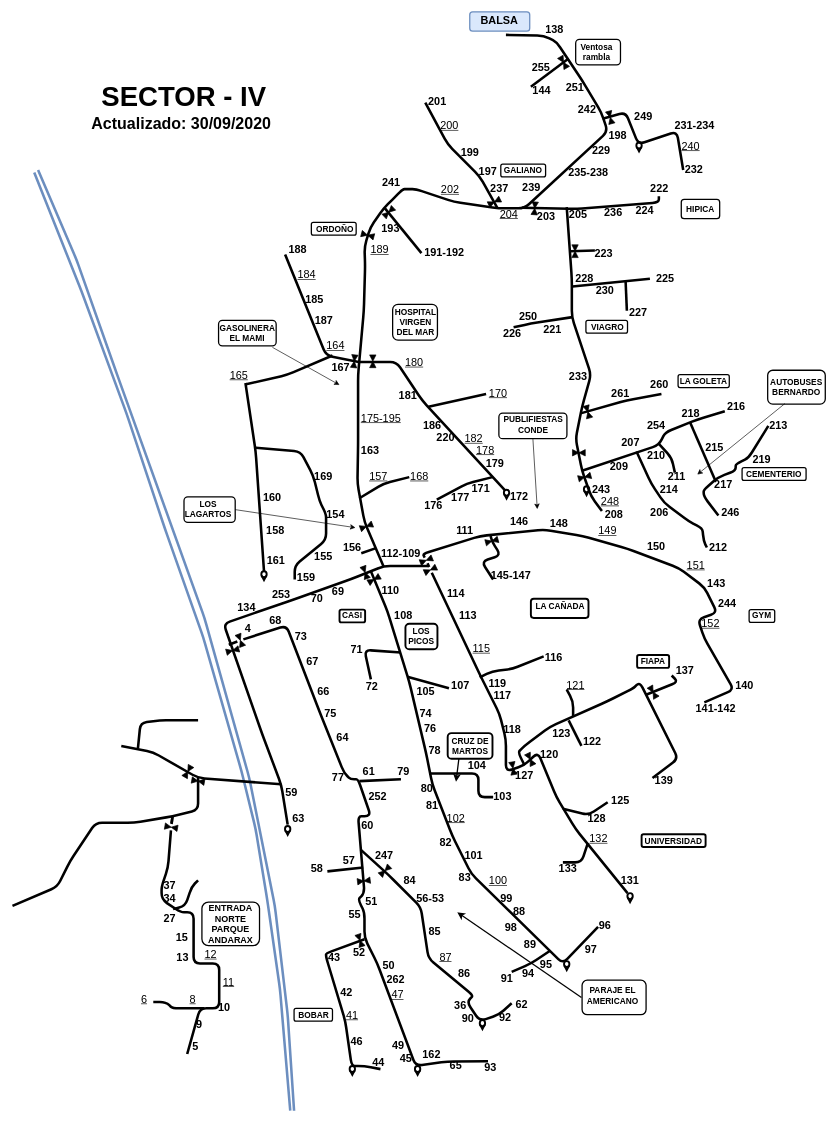
Earlier version of the draw.io diagram planos-drawio/plano_IV.drawio (cr4vegas-team/doc-cr4vegas-planos). Source tidied: cells renumbered, new cells numbered last; positions are measured from the earlier drawing's top-left corner, leaving out a move shared by most shapes. Both pictures are drawn from the tidied source at 64%, with x=0, y=0 at pixel (12, 12).
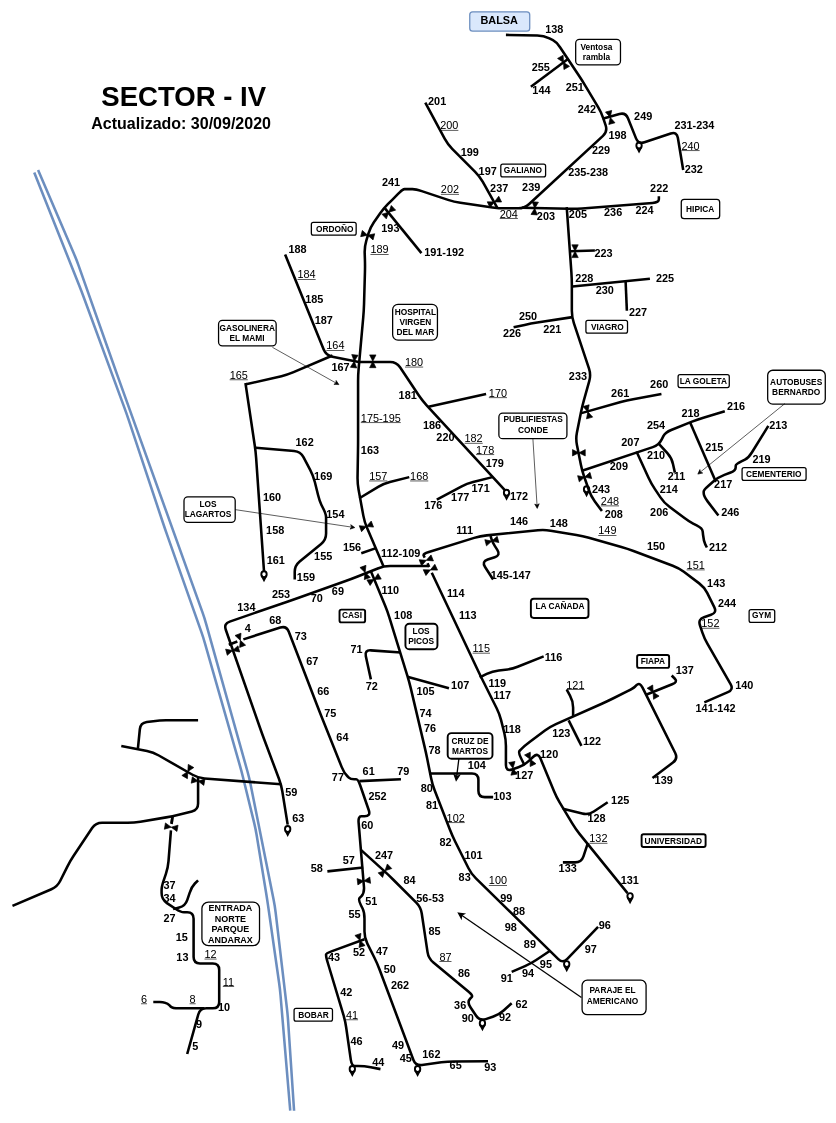
After the change.

Change to the diagram source:
```diff
@@
     <mxCell id="149" value="&lt;b&gt;50&lt;/b&gt;" style="text;html=1;strokeColor=none;fillColor=none;align=center;verticalAlign=middle;whiteSpace=wrap;rounded=0;fontSize=17;fontColor=none;" parent="1" vertex="1">
-      <mxGeometry x="568" y="1481" width="40" height="20" as="geometry" />
+      <mxGeometry x="570" y="1488" width="40" height="20" as="geometry" />
     </mxCell>
     <mxCell id="150" value="262" style="text;html=1;strokeColor=none;fillColor=none;align=center;verticalAlign=middle;whiteSpace=wrap;rounded=0;fontSize=17;fontColor=none;fontStyle=1;" parent="1" vertex="1">
-      <mxGeometry x="579" y="1503" width="40" height="20" as="geometry" />
+      <mxGeometry x="586" y="1513" width="40" height="20" as="geometry" />
     </mxCell>
-    <mxCell id="151" value="47" style="text;html=1;strokeColor=none;fillColor=none;align=center;verticalAlign=middle;whiteSpace=wrap;rounded=0;fontSize=17;fontColor=none;fontStyle=4;" parent="1" vertex="1">
-      <mxGeometry x="582" y="1527" width="40" height="20" as="geometry" />
+    <mxCell id="151" value="47" style="text;html=1;strokeColor=none;fillColor=none;align=center;verticalAlign=middle;whiteSpace=wrap;rounded=0;fontSize=17;fontColor=none;fontStyle=1;" parent="1" vertex="1">
+      <mxGeometry x="558" y="1459" width="40" height="20" as="geometry" />
     </mxCell>
@@
+    <mxCell id="360" value="162" style="text;html=1;strokeColor=none;fillColor=none;align=center;verticalAlign=middle;whiteSpace=wrap;rounded=0;fontSize=17;fontColor=none;fontStyle=1;" parent="1" vertex="1">
+      <mxGeometry x="437" y="664" width="40" height="20" as="geometry" />
+    </mxCell>
```
